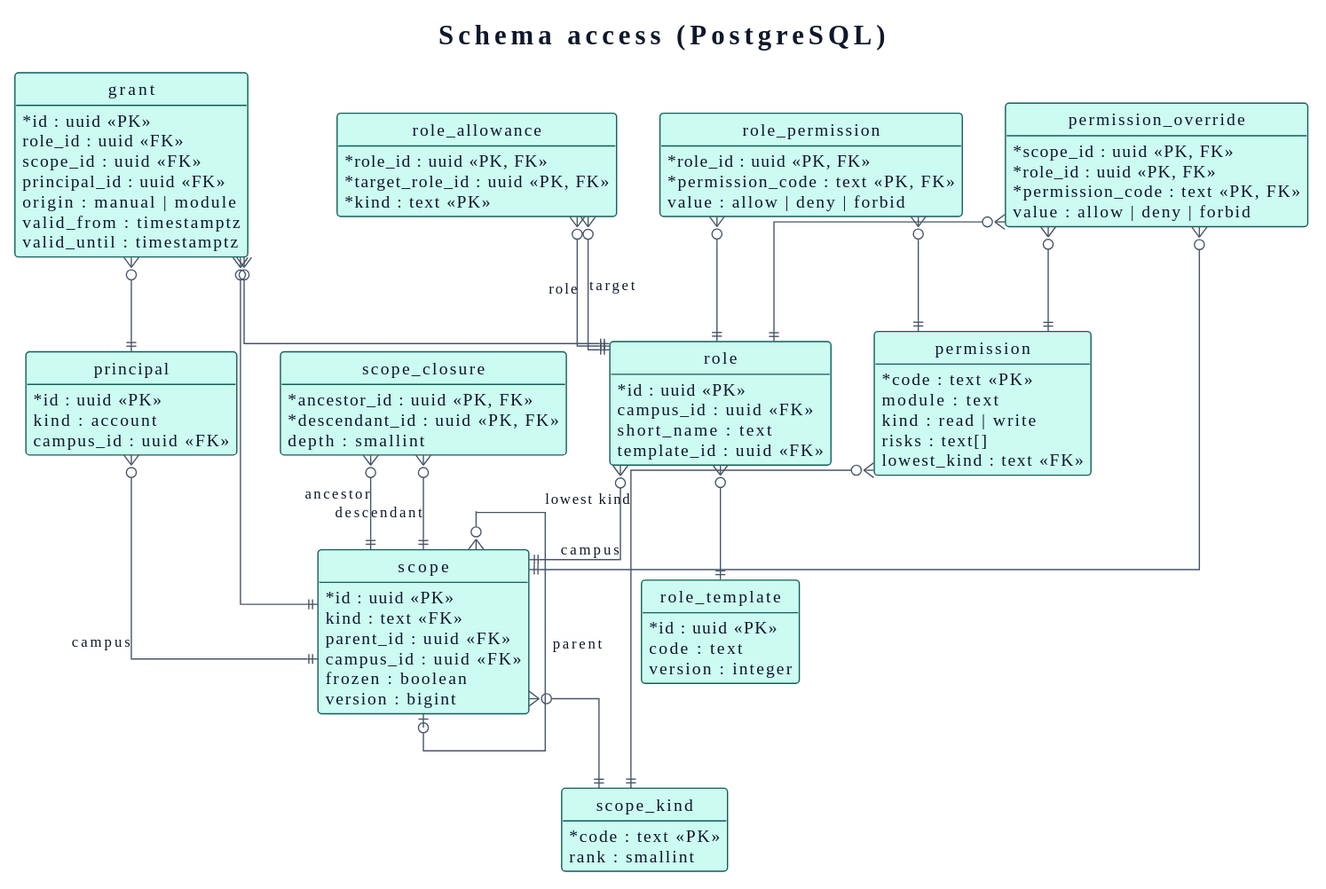
Before: docs/03-design/data-model/access.svg, a diagram exported from PlantUML (didactika/kampus).
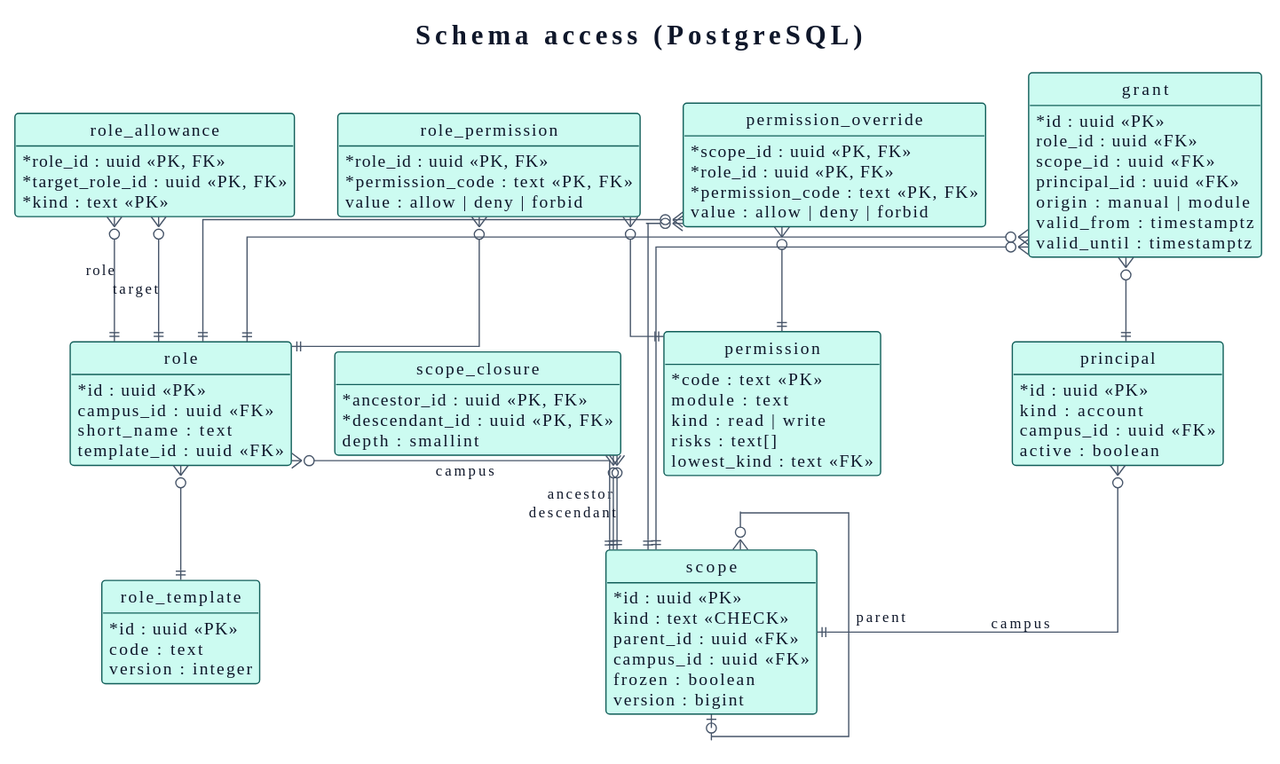
The same diagram one commit later.

What changed in the source:
```diff
@@ -108,13 +108,9 @@
 skinparam linetype ortho
 title Schema access (PostgreSQL)
 
-entity scope_kind {
-  * code : text <<PK>>
-  rank : smallint
-}
 entity scope {
   * id : uuid <<PK>>
-  kind : text <<FK>>
+  kind : text <<CHECK>>
   parent_id : uuid <<FK>>
   campus_id : uuid <<FK>>
   frozen : boolean
@@ -163,6 +159,7 @@
   * id : uuid <<PK>>
   kind : account
   campus_id : uuid <<FK>>
+  active : boolean
 }
 entity grant {
   * id : uuid <<PK>>
@@ -174,13 +171,11 @@
   valid_until : timestamptz
 }
 
-scope }o--|| scope_kind
 principal }o--|| scope : campus
 grant }o--|| principal
 scope }o--o| scope : parent
 scope_closure }o--|| scope : ancestor
 scope_closure }o--|| scope : descendant
-permission }o--|| scope_kind : lowest kind
 role }o--|| scope : campus
 role }o--|| role_template
 role_permission }o--|| role
```
